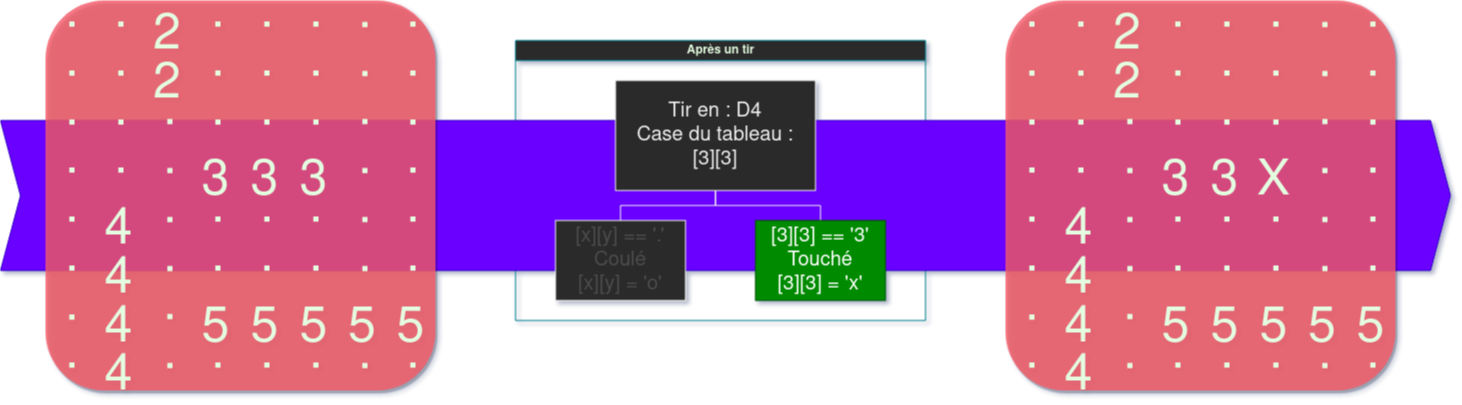
Above: PNG/navy/Copy of Untitled Diagram.png in Curs3W4ll/Beautiful_images (draw.io), before the change. Source tidied: cells renumbered, new cells last; positions are measured from the earlier drawing's top-left corner, leaving out a move shared by most shapes.
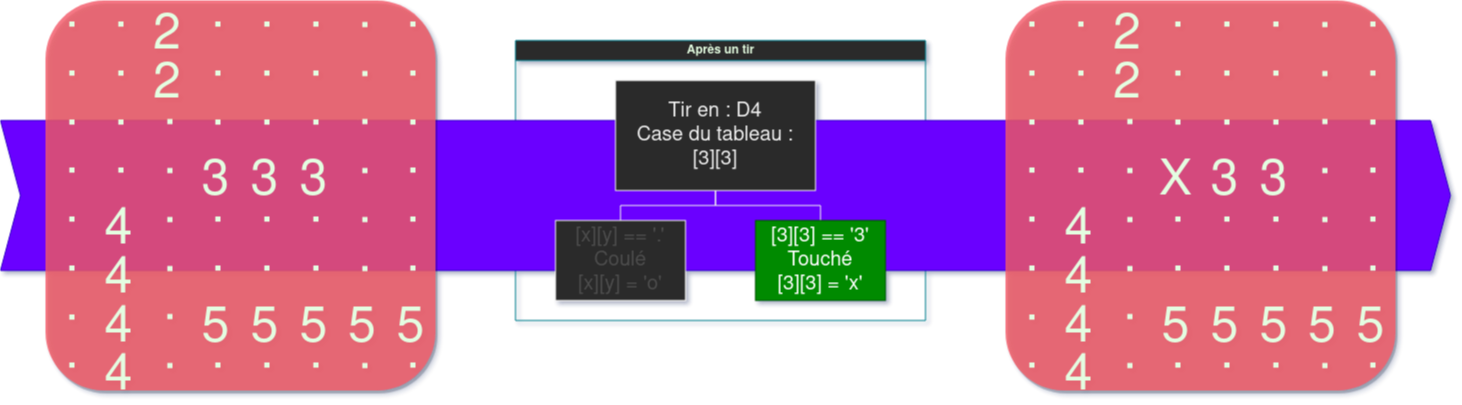
The same diagram one commit later.

Change to the diagram source:
```diff
@@ -119,13 +119,13 @@
     <mxCell id="40" value="." style="shape=partialRectangle;html=1;whiteSpace=wrap;overflow=hidden;fillColor=none;top=0;left=0;bottom=0;right=0;fontSize=50;direction=north;flipH=0;flipV=0;verticalAlign=middle;labelPosition=center;verticalLabelPosition=middle;align=center;horizontal=0;spacingTop=-15;strokeColor=#028090;fontColor=#E4FDE1;" parent="37" vertex="1">
       <mxGeometry x="98" width="48" height="49" as="geometry" />
     </mxCell>
-    <mxCell id="41" value="3" style="shape=partialRectangle;html=1;whiteSpace=wrap;overflow=hidden;fillColor=none;top=0;left=0;bottom=0;right=0;fontSize=50;direction=north;flipH=0;flipV=0;verticalAlign=top;labelPosition=center;verticalLabelPosition=middle;align=center;horizontal=1;spacingTop=0;strokeColor=#028090;fontColor=#E4FDE1;" parent="37" vertex="1">
+    <mxCell id="41" value="X" style="shape=partialRectangle;html=1;whiteSpace=wrap;overflow=hidden;fillColor=none;top=0;left=0;bottom=0;right=0;fontSize=50;direction=north;flipH=0;flipV=0;verticalAlign=top;labelPosition=center;verticalLabelPosition=middle;align=center;horizontal=1;spacingTop=0;strokeColor=#028090;fontColor=#E4FDE1;" parent="37" vertex="1">
       <mxGeometry x="146" width="49" height="49" as="geometry" />
     </mxCell>
     <mxCell id="42" value="3" style="shape=partialRectangle;html=1;whiteSpace=wrap;overflow=hidden;fillColor=none;top=0;left=0;bottom=0;right=0;fontSize=50;direction=north;flipH=0;flipV=0;verticalAlign=top;labelPosition=center;verticalLabelPosition=middle;align=center;horizontal=1;spacingTop=0;strokeColor=#028090;fontColor=#E4FDE1;" parent="37" vertex="1">
       <mxGeometry x="195" width="49" height="49" as="geometry" />
     </mxCell>
-    <mxCell id="43" value="X" style="shape=partialRectangle;html=1;whiteSpace=wrap;overflow=hidden;fillColor=none;top=0;left=0;bottom=0;right=0;fontSize=50;direction=north;flipH=0;flipV=0;verticalAlign=top;labelPosition=center;verticalLabelPosition=middle;align=center;horizontal=1;spacingTop=0;strokeColor=#028090;fontColor=#E4FDE1;" parent="37" vertex="1">
+    <mxCell id="43" value="3" style="shape=partialRectangle;html=1;whiteSpace=wrap;overflow=hidden;fillColor=none;top=0;left=0;bottom=0;right=0;fontSize=50;direction=north;flipH=0;flipV=0;verticalAlign=top;labelPosition=center;verticalLabelPosition=middle;align=center;horizontal=1;spacingTop=0;strokeColor=#028090;fontColor=#E4FDE1;" parent="37" vertex="1">
       <mxGeometry x="244" width="49" height="49" as="geometry" />
     </mxCell>
     <mxCell id="44" value="." style="shape=partialRectangle;html=1;whiteSpace=wrap;overflow=hidden;fillColor=none;top=0;left=0;bottom=0;right=0;fontSize=50;direction=north;flipH=0;flipV=0;verticalAlign=middle;labelPosition=center;verticalLabelPosition=middle;align=center;horizontal=0;spacingTop=-15;strokeColor=#028090;fontColor=#E4FDE1;" parent="37" vertex="1">
```
